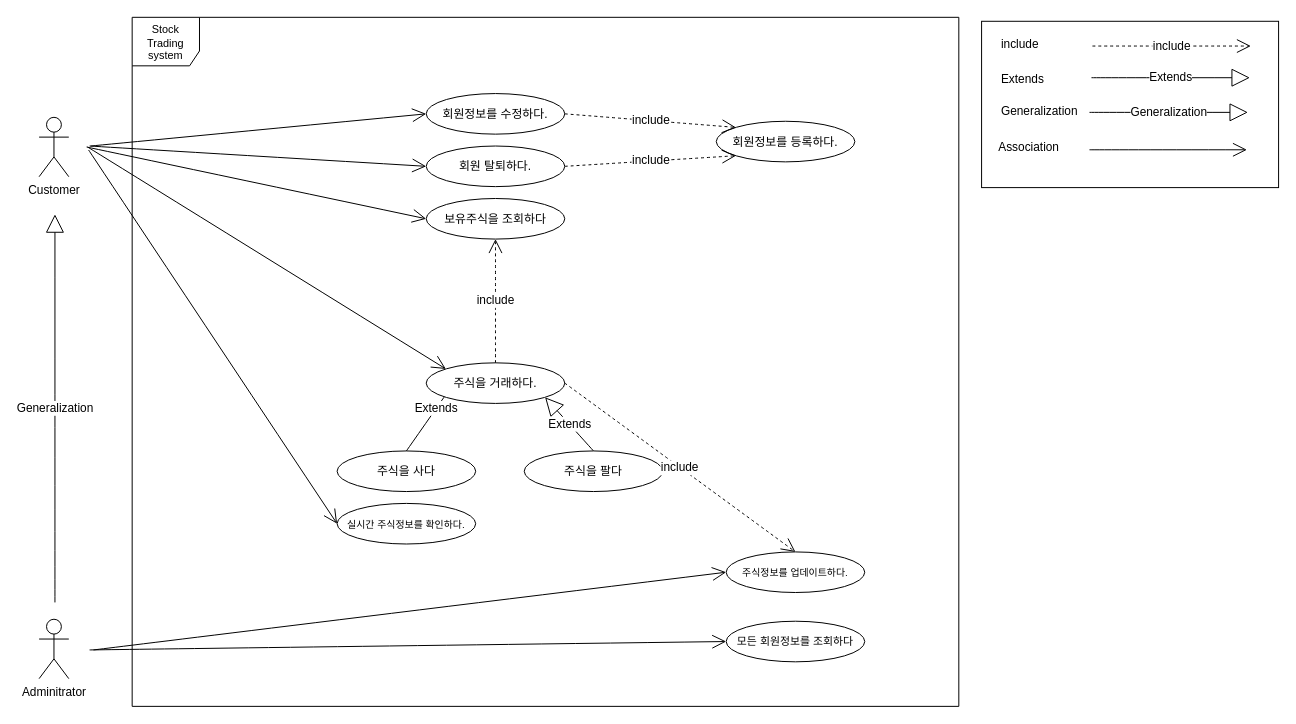
Before: work03_JDBC/ABC.drawio in Heeju-Lee/KOSTA, a draw.io diagram. Source tidied: cells renumbered, new cells numbered last; positions are measured from the earlier drawing's top-left corner, leaving out a move shared by most shapes. Both pictures are drawn from the tidied source at 99%, with x=0, y=0 at pixel (39, 17).
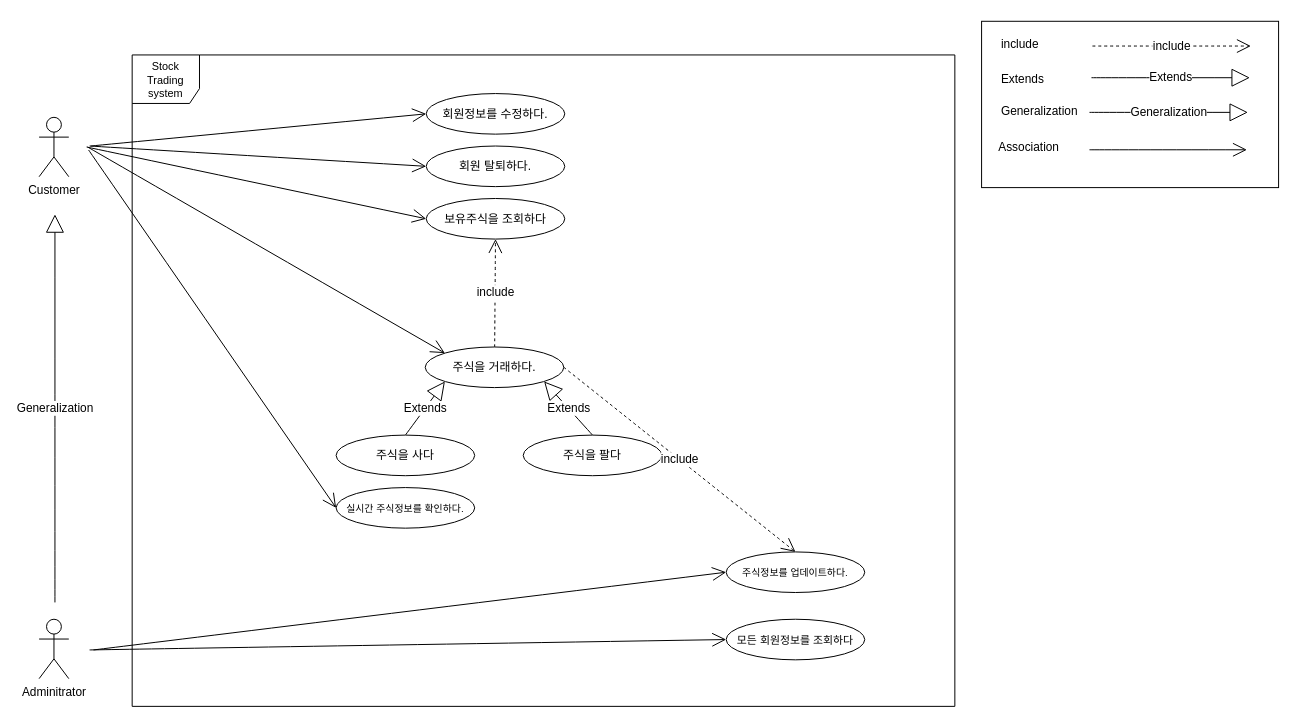
The same diagram, later.

The change refers to these unchanged cells:
```xml
<mxCell id="9" value="회원정보를 수정하다." style="ellipse;whiteSpace=wrap;html=1;" parent="1" vertex="1">
  <mxGeometry x="391" y="77" width="140" height="41" as="geometry" />
</mxCell>
<mxCell id="10" value="회원 탈퇴하다." style="ellipse;whiteSpace=wrap;html=1;" parent="1" vertex="1">
  <mxGeometry x="391" y="130" width="140" height="41" as="geometry" />
</mxCell>
```

The edit, as a diff of the source:
```diff
@@
-    <mxCell id="2" value="Extends" style="endArrow=block;endSize=16;endFill=0;html=1;rounded=0;fontSize=12;curved=1;entryX=0.284;entryY=0.089;entryDx=0;entryDy=0;exitX=0.5;exitY=0;exitDx=0;exitDy=0;entryPerimeter=0;" parent="1" edge="1" source="5" target="15">
+    <mxCell id="2" value="Extends" style="endArrow=block;endSize=16;endFill=0;html=1;rounded=0;fontSize=12;curved=1;entryX=0;entryY=1;entryDx=0;entryDy=0;exitX=0.5;exitY=0;exitDx=0;exitDy=0;" parent="1" edge="1" source="5" target="15">
       <mxGeometry relative="1" as="geometry" />
     </mxCell>
@@
     <mxCell id="4" value="&lt;font style=&quot;font-size: 11px;&quot;&gt;Stock&lt;/font&gt;&lt;div style=&quot;font-size: 11px;&quot;&gt;&lt;font style=&quot;font-size: 11px;&quot;&gt;Trading&lt;/font&gt;&lt;/div&gt;&lt;div style=&quot;font-size: 11px;&quot;&gt;&lt;font style=&quot;font-size: 11px;&quot;&gt;system&lt;/font&gt;&lt;/div&gt;" style="shape=umlFrame;whiteSpace=wrap;html=1;width=68;height=49;" parent="1" vertex="1">
-      <mxGeometry x="94" width="835" height="696" as="geometry" />
+      <mxGeometry x="94" y="38" width="831" height="658" as="geometry" />
     </mxCell>
     <mxCell id="5" value="주식을 사다" style="ellipse;whiteSpace=wrap;html=1;" parent="1" vertex="1">
-      <mxGeometry x="301" y="438" width="140" height="41" as="geometry" />
+      <mxGeometry x="300" y="422" width="140" height="41" as="geometry" />
     </mxCell>
     <mxCell id="6" value="주식을 팔다" style="ellipse;whiteSpace=wrap;html=1;" parent="1" vertex="1">
-      <mxGeometry x="490" y="438" width="140" height="41" as="geometry" />
+      <mxGeometry x="489" y="422" width="140" height="41" as="geometry" />
     </mxCell>
@@
-    <mxCell id="8" value="회원정보를 등록하다." style="ellipse;whiteSpace=wrap;html=1;" parent="1" vertex="1">
-      <mxGeometry x="684" y="105" width="140" height="41" as="geometry" />
-    </mxCell>
@@
     <mxCell id="11" value="&lt;font style=&quot;font-size: 11px;&quot;&gt;모든 회원정보를 조회하다&lt;/font&gt;" style="ellipse;whiteSpace=wrap;html=1;" parent="1" vertex="1">
-      <mxGeometry x="694" y="610" width="140" height="41" as="geometry" />
+      <mxGeometry x="694" y="608" width="140" height="41" as="geometry" />
     </mxCell>
@@
     <mxCell id="15" value="주식을 거래하다." style="ellipse;whiteSpace=wrap;html=1;" parent="1" vertex="1">
-      <mxGeometry x="391" y="349" width="140" height="41" as="geometry" />
+      <mxGeometry x="390" y="333" width="140" height="41" as="geometry" />
     </mxCell>
@@
-    <mxCell id="24" value="include" style="endArrow=open;endSize=12;dashed=1;html=1;rounded=0;fontSize=12;curved=1;entryX=0;entryY=0;entryDx=0;entryDy=0;exitX=1;exitY=0.5;exitDx=0;exitDy=0;" parent="1" edge="1" source="9" target="8">
-      <mxGeometry relative="1" as="geometry" />
-    </mxCell>
-    <mxCell id="25" value="include" style="endArrow=open;endSize=12;dashed=1;html=1;rounded=0;fontSize=12;curved=1;entryX=0;entryY=1;entryDx=0;entryDy=0;exitX=1;exitY=0.5;exitDx=0;exitDy=0;" parent="1" edge="1" source="10" target="8">
-      <mxGeometry relative="1" as="geometry" />
-    </mxCell>
     <mxCell id="26" value="&lt;font style=&quot;font-size: 10px;&quot;&gt;실시간 주식정보를 확인하다.&lt;/font&gt;" style="ellipse;whiteSpace=wrap;html=1;" parent="1" vertex="1">
-      <mxGeometry x="301" y="491" width="140" height="41" as="geometry" />
+      <mxGeometry x="300" y="475" width="140" height="41" as="geometry" />
     </mxCell>
```
